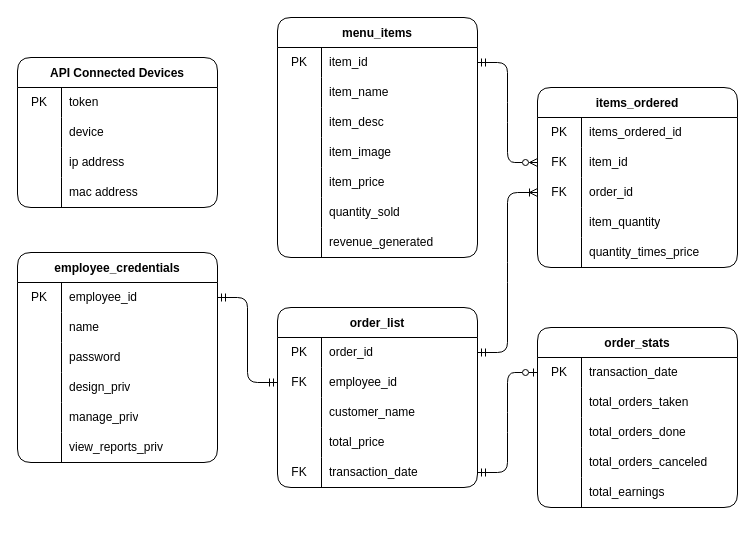
Earlier version of the draw.io diagram DOCS/Diagrams/ERD Diagram.drawio (alexxGmZ/MenuMaApp). Source tidied: cells renumbered, new cells numbered last; positions are measured from the earlier drawing's top-left corner, leaving out a move shared by most shapes. Both pictures are drawn from the tidied source at 100%, with x=0, y=0 at pixel (17, 17).
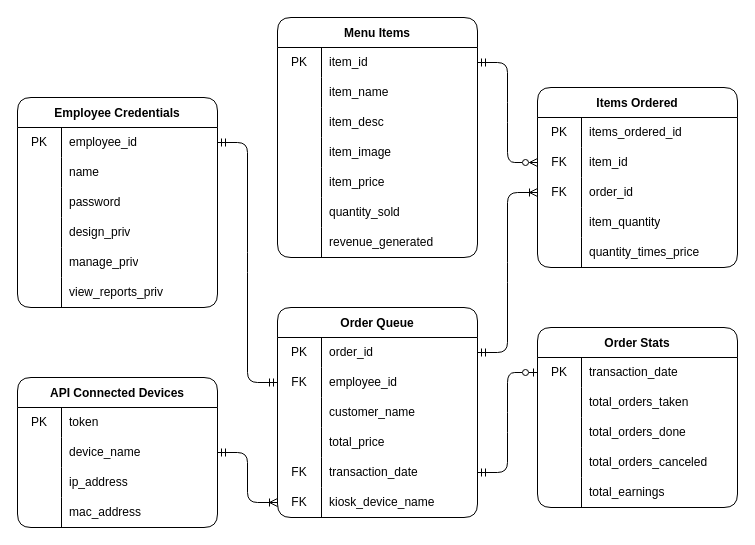
After the change.

Commit message:
diagram(erd): add connection between connected devices and order queue

Unchanged cells that the change refers to:
```xml
<mxCell id="99" style="shape=tableRow;horizontal=0;startSize=0;swimlaneHead=0;swimlaneBody=0;top=0;left=0;bottom=0;right=0;fillColor=none;points=[[0,0.5],[1,0.5]];portConstraint=eastwest;" parent="95" vertex="1">
  <mxGeometry y="60" width="200" height="30" as="geometry" />
</mxCell>
<mxCell id="102" style="shape=tableRow;horizontal=0;startSize=0;swimlaneHead=0;swimlaneBody=0;top=0;left=0;bottom=0;right=0;fillColor=none;" parent="95" vertex="1">
  <mxGeometry y="90" width="200" height="30" as="geometry" />
</mxCell>
<mxCell id="105" style="shape=tableRow;horizontal=0;startSize=0;swimlaneHead=0;swimlaneBody=0;top=0;left=0;bottom=0;right=0;fillColor=none;" parent="95" vertex="1">
  <mxGeometry y="120" width="200" height="30" as="geometry" />
</mxCell>
```

Change to the diagram source:
```diff
@@
-    <mxCell id="2" value="employee_credentials" style="shape=table;startSize=30;childLayout=tableLayout;rowLines=0;fontStyle=1;rounded=1;" parent="1" vertex="1">
-      <mxGeometry y="235" width="200" height="210" as="geometry" />
+    <mxCell id="2" value="Employee Credentials" style="shape=table;startSize=30;childLayout=tableLayout;rowLines=0;fontStyle=1;rounded=1;" parent="1" vertex="1">
+      <mxGeometry y="80" width="200" height="210" as="geometry" />
     </mxCell>
@@
-    <mxCell id="21" value="menu_items" style="shape=table;startSize=30;childLayout=tableLayout;rowLines=0;fontStyle=1;rounded=1;" parent="1" vertex="1">
+    <mxCell id="21" value="Menu Items" style="shape=table;startSize=30;childLayout=tableLayout;rowLines=0;fontStyle=1;rounded=1;" parent="1" vertex="1">
       <mxGeometry x="260" width="200" height="240" as="geometry" />
     </mxCell>
@@
-    <mxCell id="43" value="order_list" style="shape=table;startSize=30;childLayout=tableLayout;rowLines=0;fontStyle=1;rounded=1;" parent="1" vertex="1">
-      <mxGeometry x="260" y="290" width="200" height="180" as="geometry" />
+    <mxCell id="43" value="Order Queue" style="shape=table;startSize=30;childLayout=tableLayout;rowLines=0;fontStyle=1;rounded=1;" parent="1" vertex="1">
+      <mxGeometry x="260" y="290" width="200" height="210" as="geometry" />
     </mxCell>
@@
+    <mxCell id="108" style="shape=tableRow;horizontal=0;startSize=0;swimlaneHead=0;swimlaneBody=0;top=0;left=0;bottom=0;right=0;fillColor=none;points=[[0,0.5],[1,0.5]];portConstraint=eastwest;" parent="43" vertex="1">
+      <mxGeometry y="180" width="200" height="30" as="geometry" />
+    </mxCell>
+    <mxCell id="109" value="FK" style="shape=partialRectangle;html=1;whiteSpace=wrap;fillColor=none;top=0;left=0;bottom=0;right=0;overflow=hidden;" parent="108" vertex="1">
+      <mxGeometry width="44" height="30" as="geometry" />
+    </mxCell>
+    <mxCell id="110" value="kiosk_device_name" style="shape=partialRectangle;html=1;whiteSpace=wrap;fillColor=none;top=0;left=0;bottom=0;right=0;align=left;spacingLeft=6;overflow=hidden;" parent="108" vertex="1">
+      <mxGeometry x="44" width="156" height="30" as="geometry" />
+    </mxCell>
-    <mxCell id="59" value="items_ordered" style="shape=table;startSize=30;childLayout=tableLayout;rowLines=0;fontStyle=1;rounded=1;" parent="1" vertex="1">
+    <mxCell id="59" value="Items Ordered" style="shape=table;startSize=30;childLayout=tableLayout;rowLines=0;fontStyle=1;rounded=1;" parent="1" vertex="1">
       <mxGeometry x="520" y="70" width="200" height="180" as="geometry" />
     </mxCell>
@@
-    <mxCell id="78" value="order_stats" style="shape=table;startSize=30;childLayout=tableLayout;rowLines=0;fontStyle=1;rounded=1;" parent="1" vertex="1">
+    <mxCell id="78" value="Order Stats" style="shape=table;startSize=30;childLayout=tableLayout;rowLines=0;fontStyle=1;rounded=1;" parent="1" vertex="1">
       <mxGeometry x="520" y="310" width="200" height="180" as="geometry" />
     </mxCell>
@@
     <mxCell id="95" value="API Connected Devices" style="shape=table;startSize=30;childLayout=tableLayout;rowLines=0;fontStyle=1;rounded=1;" parent="1" vertex="1">
-      <mxGeometry y="40" width="200" height="150" as="geometry" />
+      <mxGeometry y="360" width="200" height="150" as="geometry" />
     </mxCell>
@@
-    <mxCell id="101" value="device" style="shape=partialRectangle;html=1;whiteSpace=wrap;fillColor=none;top=0;left=0;bottom=0;right=0;align=left;spacingLeft=6;overflow=hidden;" parent="99" vertex="1">
+    <mxCell id="101" value="device_name" style="shape=partialRectangle;html=1;whiteSpace=wrap;fillColor=none;top=0;left=0;bottom=0;right=0;align=left;spacingLeft=6;overflow=hidden;" parent="99" vertex="1">
       <mxGeometry x="44" width="156" height="30" as="geometry" />
     </mxCell>
@@
-    <mxCell id="104" value="ip address" style="shape=partialRectangle;html=1;whiteSpace=wrap;fillColor=none;top=0;left=0;bottom=0;right=0;align=left;spacingLeft=6;overflow=hidden;" parent="102" vertex="1">
+    <mxCell id="104" value="ip_address" style="shape=partialRectangle;html=1;whiteSpace=wrap;fillColor=none;top=0;left=0;bottom=0;right=0;align=left;spacingLeft=6;overflow=hidden;" parent="102" vertex="1">
       <mxGeometry x="44" width="156" height="30" as="geometry" />
     </mxCell>
@@
-    <mxCell id="107" value="mac address" style="shape=partialRectangle;html=1;whiteSpace=wrap;fillColor=none;top=0;left=0;bottom=0;right=0;align=left;spacingLeft=6;overflow=hidden;" parent="105" vertex="1">
+    <mxCell id="107" value="mac_address" style="shape=partialRectangle;html=1;whiteSpace=wrap;fillColor=none;top=0;left=0;bottom=0;right=0;align=left;spacingLeft=6;overflow=hidden;" parent="105" vertex="1">
       <mxGeometry x="44" width="156" height="30" as="geometry" />
     </mxCell>
+    <mxCell id="111" style="edgeStyle=none;html=1;exitX=1;exitY=0.5;exitDx=0;exitDy=0;entryX=0;entryY=0.5;entryDx=0;entryDy=0;endArrow=ERoneToMany;endFill=0;startArrow=ERmandOne;startFill=0;" parent="1" edge="1" source="99" target="108">
+      <mxGeometry relative="1" as="geometry">
+        <Array as="points">
+          <mxPoint x="230" y="435" />
+          <mxPoint x="230" y="485" />
+        </Array>
+      </mxGeometry>
+    </mxCell>
```
